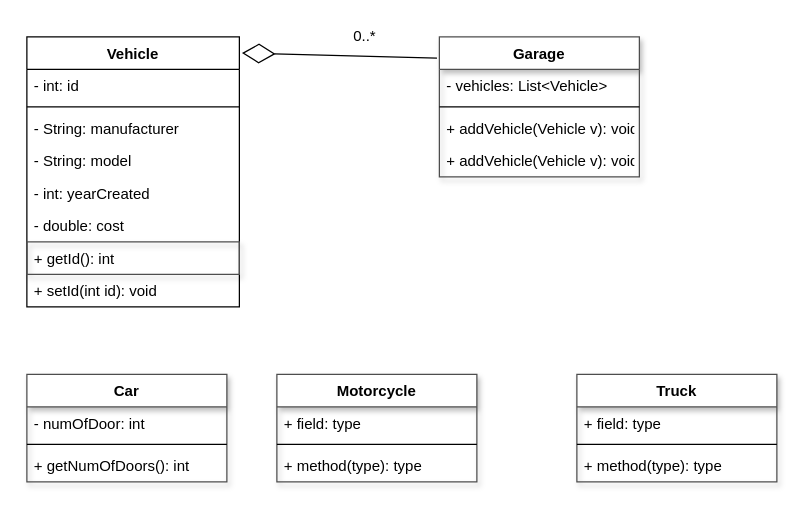
Above: Untitled Diagram.drawio in Ssegura09/QATestRepo (draw.io), before the change. Source tidied: cells renumbered, new cells numbered last; positions are measured from the earlier drawing's top-left corner, leaving out a move shared by most shapes. Both pictures are drawn from the tidied source at 125%, with x=0, y=0 at pixel (26, 24).
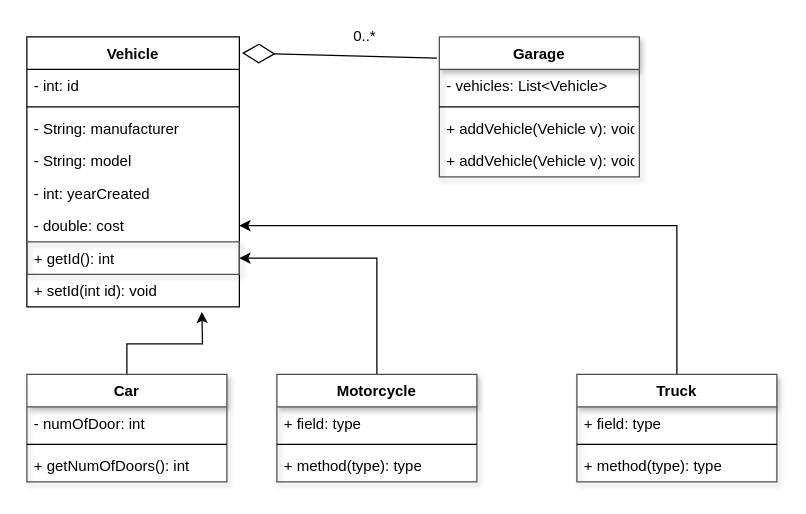
The same page after the edit.

Unchanged cells that the change refers to:
```xml
<mxCell id="8" value="- double: cost" style="text;strokeColor=none;fillColor=none;align=left;verticalAlign=top;spacingLeft=4;spacingRight=4;overflow=hidden;points=[[0,0.5],[1,0.5]];portConstraint=eastwest;" parent="2" vertex="1">
  <mxGeometry y="138" width="170" height="26" as="geometry" />
</mxCell>
<mxCell id="9" value="+ getId(): int" style="text;strokeColor=#4D4D4D;fillColor=none;align=left;verticalAlign=top;spacingLeft=4;spacingRight=4;overflow=hidden;points=[[0,0.5],[1,0.5]];portConstraint=eastwest;shadow=1;" parent="2" vertex="1">
  <mxGeometry y="164" width="170" height="26" as="geometry" />
</mxCell>
<mxCell id="11" value="Car" style="swimlane;fontStyle=1;align=center;verticalAlign=top;horizontal=1;startSize=26;shadow=1;strokeColor=#4D4D4D;" parent="1" vertex="1">
  <mxGeometry y="280" width="160" height="86" as="geometry" />
</mxCell>
<mxCell id="15" value="Motorcycle" style="swimlane;fontStyle=1;align=center;verticalAlign=top;horizontal=1;startSize=26;shadow=1;strokeColor=#4D4D4D;" parent="1" vertex="1">
  <mxGeometry x="200" y="280" width="160" height="86" as="geometry" />
</mxCell>
<mxCell id="19" value="Truck" style="swimlane;fontStyle=1;align=center;verticalAlign=top;horizontal=1;startSize=26;shadow=1;strokeColor=#4D4D4D;" parent="1" vertex="1">
  <mxGeometry x="440" y="280" width="160" height="86" as="geometry" />
</mxCell>
```

Diff of the diagram source:
```diff
@@
+    <mxCell id="30" style="edgeStyle=orthogonalEdgeStyle;rounded=0;jettySize=auto;html=1;exitX=0.5;exitY=0;exitDx=0;exitDy=0;" parent="1" edge="1" source="11">
+      <mxGeometry relative="1" as="geometry">
+        <mxPoint x="140" y="230" as="targetPoint" />
+      </mxGeometry>
+    </mxCell>
@@
+    <mxCell id="31" style="edgeStyle=orthogonalEdgeStyle;rounded=0;jettySize=auto;html=1;exitX=0.5;exitY=0;exitDx=0;exitDy=0;entryX=1;entryY=0.5;entryDx=0;entryDy=0;" parent="1" edge="1" source="15" target="9">
+      <mxGeometry relative="1" as="geometry" />
+    </mxCell>
@@
+    <mxCell id="32" style="edgeStyle=orthogonalEdgeStyle;rounded=0;jettySize=auto;html=1;entryX=1;entryY=0.5;entryDx=0;entryDy=0;" parent="1" edge="1" source="19" target="8">
+      <mxGeometry relative="1" as="geometry" />
+    </mxCell>
```
